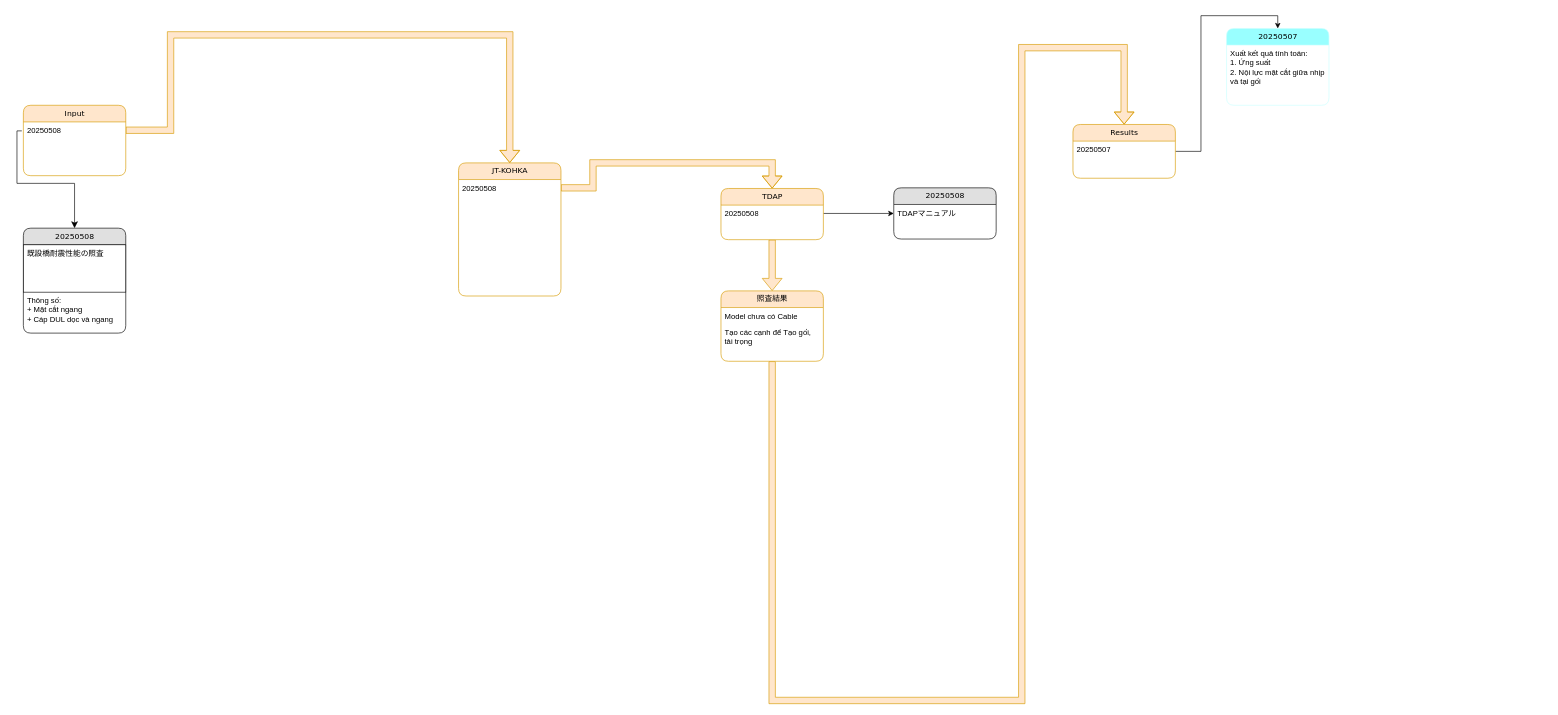
This is 長大・熊本耐震/耐震設計/Untitled Diagram.drawio from nnh92/Juntos.co, a draw.io file, before an edit. Source tidied: cells renumbered, new cells numbered last; positions are measured from the earlier drawing's top-left corner, leaving out a move shared by most shapes. Both pictures are drawn from the tidied source at 64%, with x=0, y=0 at pixel (23, 28).
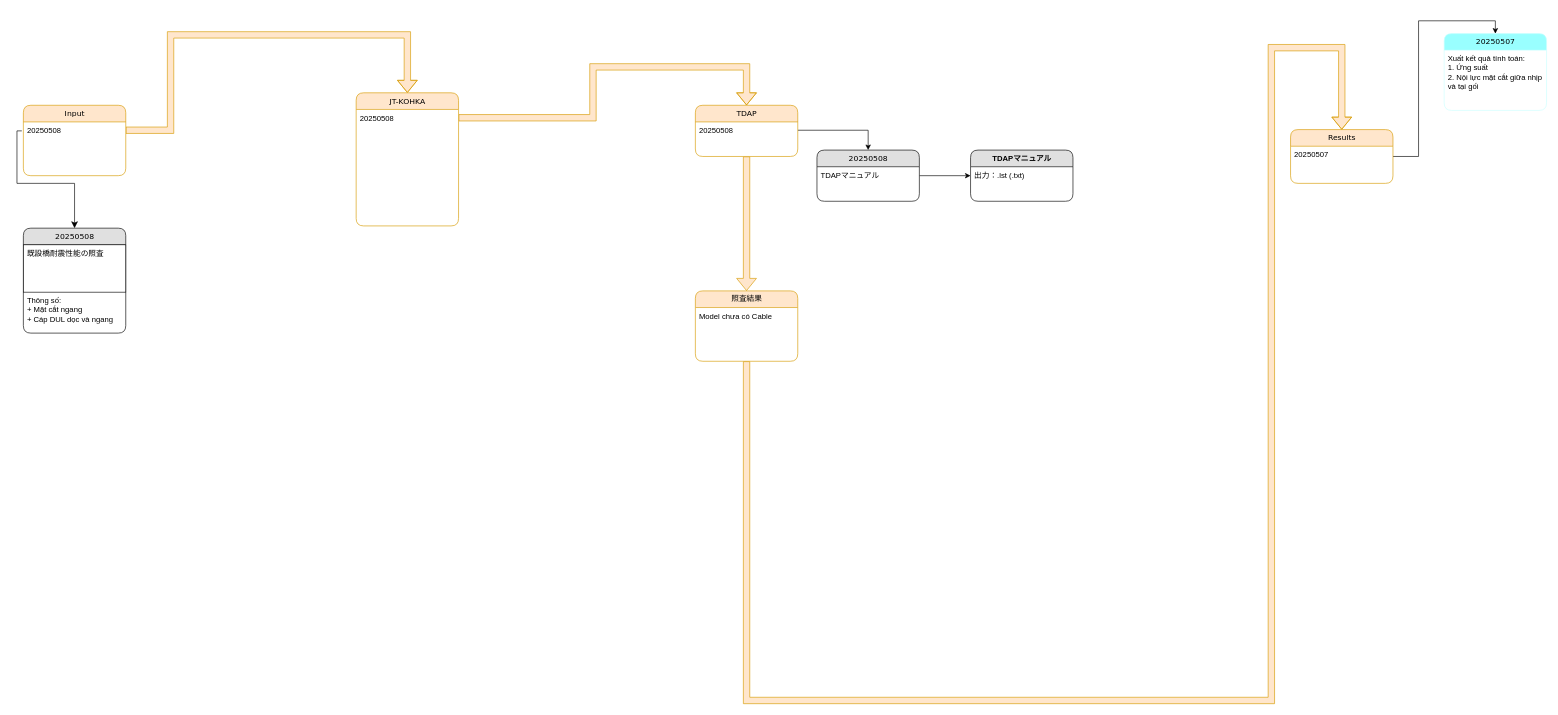
The same diagram, later.

Unchanged cells that the change refers to:
```xml
<mxCell id="4" value="20250508" style="text;html=1;strokeColor=none;fillColor=none;spacingLeft=4;spacingRight=4;whiteSpace=wrap;overflow=hidden;points=[[0,0.5],[1,0.5]];portConstraint=eastwest;" parent="3" vertex="1">
  <mxGeometry y="26" width="160" height="26" as="geometry" />
</mxCell>
<mxCell id="15" value="20250508" style="text;html=1;strokeColor=none;fillColor=none;spacingLeft=4;spacingRight=4;whiteSpace=wrap;overflow=hidden;points=[[0,0.5],[1,0.5]];portConstraint=eastwest;" parent="14" vertex="1">
  <mxGeometry y="26" width="160" height="26" as="geometry" />
</mxCell>
```

The edit, as a diff of the source:
```diff
@@
     <mxCell id="2" style="edgeStyle=orthogonalEdgeStyle;rounded=0;jettySize=auto;html=1;entryX=0.5;entryY=0;entryDx=0;entryDy=0;exitX=1;exitY=0.5;exitDx=0;exitDy=0;shape=flexArrow;fillColor=#ffe6cc;strokeColor=#d79b00;" parent="1" edge="1" source="4" target="14">
       <mxGeometry relative="1" as="geometry">
         <Array as="points">
           <mxPoint x="230" y="159" />
           <mxPoint x="230" y="10" />
-          <mxPoint x="760" y="10" />
+          <mxPoint x="600" y="10" />
         </Array>
       </mxGeometry>
     </mxCell>
@@
     <mxCell id="9" value="Results" style="swimlane;html=1;fontStyle=0;horizontal=1;startSize=26;fillColor=#ffe6cc;swimlaneFillColor=#ffffff;align=center;rounded=1;shadow=0;comic=0;labelBackgroundColor=none;strokeWidth=1;fontFamily=Verdana;fontSize=12;strokeColor=#d79b00;" parent="1" vertex="1">
-      <mxGeometry x="1640" y="150" width="160" height="84" as="geometry" />
+      <mxGeometry x="1980" y="158" width="160" height="84" as="geometry" />
     </mxCell>
@@
     <mxCell id="12" style="edgeStyle=orthogonalEdgeStyle;html=1;labelBackgroundColor=none;startFill=0;endFill=1;fontFamily=Verdana;fontSize=12;rounded=0;shape=flexArrow;fillColor=#ffe6cc;strokeColor=#d79b00;entryX=0.5;entryY=0;entryDx=0;entryDy=0;exitX=0.5;exitY=1;exitDx=0;exitDy=0;" parent="1" edge="1" source="20" target="9">
       <mxGeometry relative="1" as="geometry">
         <Array as="points">
-          <mxPoint x="1170" y="1050" />
-          <mxPoint x="1560" y="1050" />
-          <mxPoint x="1560" y="30" />
-          <mxPoint x="1720" y="30" />
+          <mxPoint x="1130" y="1050" />
+          <mxPoint x="1950" y="1050" />
+          <mxPoint x="1950" y="30" />
+          <mxPoint x="2060" y="30" />
         </Array>
       </mxGeometry>
     </mxCell>
     <mxCell id="13" style="edgeStyle=orthogonalEdgeStyle;rounded=0;jettySize=auto;html=1;entryX=0.5;entryY=0;entryDx=0;entryDy=0;exitX=1;exitY=0.5;exitDx=0;exitDy=0;shape=flexArrow;fillColor=#ffe6cc;strokeColor=#d79b00;" parent="1" edge="1" source="15" target="18">
       <mxGeometry relative="1" as="geometry">
         <Array as="points">
-          <mxPoint x="890" y="249" />
-          <mxPoint x="890" y="210" />
-          <mxPoint x="1170" y="210" />
+          <mxPoint x="890" y="139" />
+          <mxPoint x="890" y="60" />
+          <mxPoint x="1130" y="60" />
         </Array>
       </mxGeometry>
     </mxCell>
     <mxCell id="14" value="JT-KOHKA" style="swimlane;html=1;fontStyle=0;horizontal=1;startSize=26;fillColor=#ffe6cc;swimlaneFillColor=#ffffff;align=center;rounded=1;shadow=0;comic=0;labelBackgroundColor=none;strokeWidth=1;fontFamily=Verdana;fontSize=12;strokeColor=#d79b00;" parent="1" vertex="1">
-      <mxGeometry x="680" y="210" width="160" height="208" as="geometry" />
+      <mxGeometry x="520" y="100.5" width="160" height="208" as="geometry" />
     </mxCell>
@@
     <mxCell id="18" value="TDAP" style="swimlane;html=1;fontStyle=0;horizontal=1;startSize=26;fillColor=#ffe6cc;swimlaneFillColor=#ffffff;align=center;rounded=1;shadow=0;comic=0;labelBackgroundColor=none;strokeWidth=1;fontFamily=Verdana;fontSize=12;strokeColor=#d79b00;" parent="1" vertex="1">
-      <mxGeometry x="1090" y="250" width="160" height="80" as="geometry" />
+      <mxGeometry x="1050" y="120" width="160" height="80" as="geometry" />
     </mxCell>
@@
     <mxCell id="20" value="照査結果" style="swimlane;html=1;fontStyle=0;horizontal=1;startSize=26;fillColor=#ffe6cc;swimlaneFillColor=#ffffff;align=center;rounded=1;shadow=0;comic=0;labelBackgroundColor=none;strokeWidth=1;fontFamily=Verdana;fontSize=12;strokeColor=#d79b00;" parent="1" vertex="1">
-      <mxGeometry x="1090" y="410" width="160" height="110" as="geometry" />
+      <mxGeometry x="1050" y="410" width="160" height="110" as="geometry" />
     </mxCell>
@@
-    <mxCell id="22" value="Tạo các cạnh để Tạo gối, tải trọng" style="text;html=1;strokeColor=none;fillColor=none;spacingLeft=4;spacingRight=4;whiteSpace=wrap;overflow=hidden;" parent="20" vertex="1">
-      <mxGeometry y="52" width="160" height="48" as="geometry" />
-    </mxCell>
+    <mxCell id="27" style="edgeStyle=orthogonalEdgeStyle;rounded=0;jettySize=auto;html=1;" parent="1" edge="1" source="23" target="28">
+      <mxGeometry relative="1" as="geometry" />
+    </mxCell>
     <mxCell id="23" value="20250508" style="swimlane;html=1;fontStyle=0;horizontal=1;startSize=26;fillColor=#e0e0e0;swimlaneFillColor=#ffffff;align=center;rounded=1;shadow=0;comic=0;labelBackgroundColor=none;strokeWidth=1;fontFamily=Verdana;fontSize=12;" parent="1" vertex="1">
-      <mxGeometry x="1360" y="249" width="160" height="80" as="geometry" />
+      <mxGeometry x="1240" y="190" width="160" height="80" as="geometry" />
     </mxCell>
@@
     <mxCell id="25" value="20250507" style="swimlane;html=1;fontStyle=0;horizontal=1;startSize=26;fillColor=#99FFFF;swimlaneFillColor=#ffffff;align=center;rounded=1;shadow=0;comic=0;labelBackgroundColor=none;strokeWidth=1;fontFamily=Verdana;fontSize=12;strokeColor=#CCFFFF;" parent="1" vertex="1">
-      <mxGeometry x="1880" width="160" height="120" as="geometry" />
+      <mxGeometry x="2220" y="8" width="160" height="120" as="geometry" />
     </mxCell>
@@
+    <mxCell id="28" value="TDAPマニュアル" style="swimlane;html=1;horizontal=1;startSize=26;fillColor=#e0e0e0;swimlaneFillColor=#ffffff;align=center;rounded=1;shadow=0;comic=0;strokeWidth=1;" parent="1" vertex="1">
+      <mxGeometry x="1480" y="190" width="160" height="80" as="geometry" />
+    </mxCell>
+    <mxCell id="29" value="出力：.lst (.txt)" style="text;html=1;strokeColor=none;fillColor=none;spacingLeft=4;spacingRight=4;whiteSpace=wrap;overflow=hidden;" parent="28" vertex="1">
+      <mxGeometry y="26" width="160" height="26" as="geometry" />
+    </mxCell>
```
